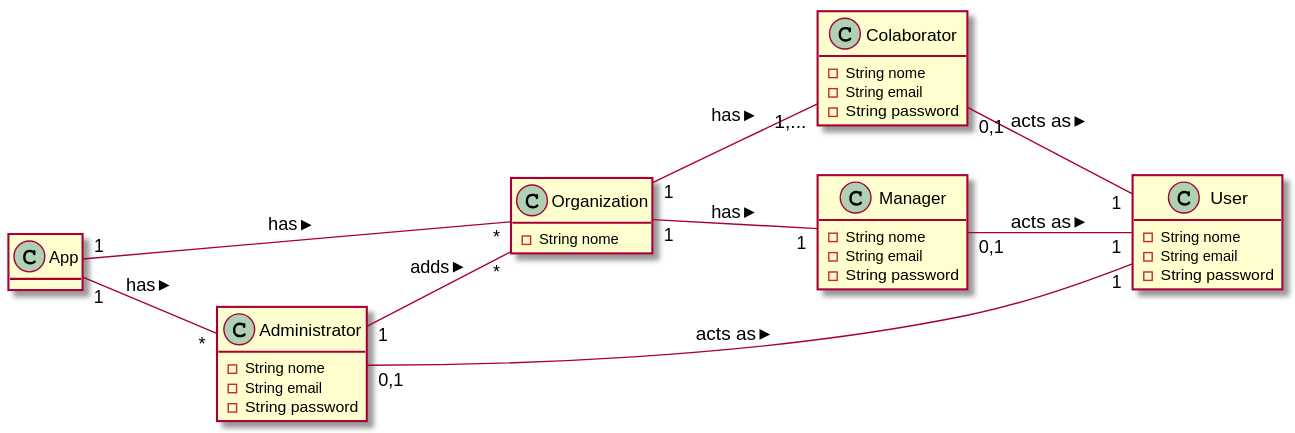
Above: docs/UC_08/UC08_MD.svg in botelho-io/lapr2-2020-g029 (PlantUML), before the change. The source it was exported from:
```plantuml
@startuml

hide methods
left to right direction

class App {

}

class Organization {
        - String nome
}

class Administrator {
        - String nome
        - String email
        - String password
}

class Colaborator {
        - String nome
        - String email
        - String password
}

class Manager {
        - String nome
        - String email
        - String password
}

class User {
        - String nome
        - String email
        - String password
}

Colaborator                "0,1" -- "1"      User                      : acts as >
Manager                    "0,1" -- "1"      User                      : acts as >
Organization                 "1" -- "1,..."  Colaborator               : has >
Organization                 "1" -- "1"      Manager                   : has >
App                          "1" -- "*"      Organization              : has >
App                          "1" -- "*"      Administrator             : has >
Administrator                "1" -- "*"      Organization              : adds >
Administrator              "0,1" -- "1"      User                      : acts as >

@enduml
```
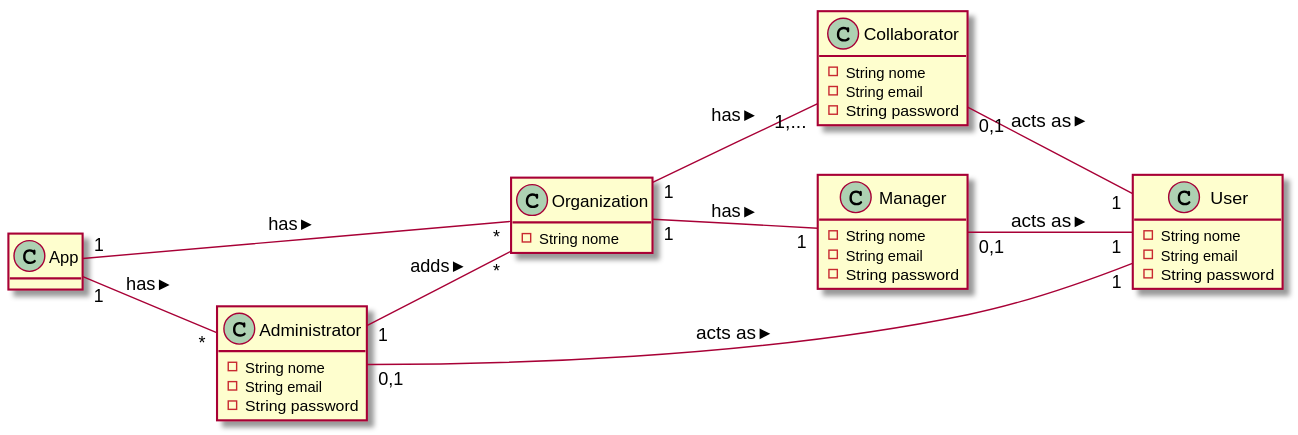
Later version of the same file.

What changed in the source:
```diff
@@ -17,7 +17,7 @@
         - String password
 }
 
-class Colaborator {
+class Collaborator {
         - String nome
         - String email
         - String password
@@ -35,9 +35,9 @@
         - String password
 }
 
-Colaborator                "0,1" -- "1"      User                      : acts as >
+Collaborator                "0,1" -- "1"      User                      : acts as >
 Manager                    "0,1" -- "1"      User                      : acts as >
-Organization                 "1" -- "1,..."  Colaborator               : has >
+Organization                 "1" -- "1,..."  Collaborator               : has >
 Organization                 "1" -- "1"      Manager                   : has >
 App                          "1" -- "*"      Organization              : has >
 App                          "1" -- "*"      Administrator             : has >
```
